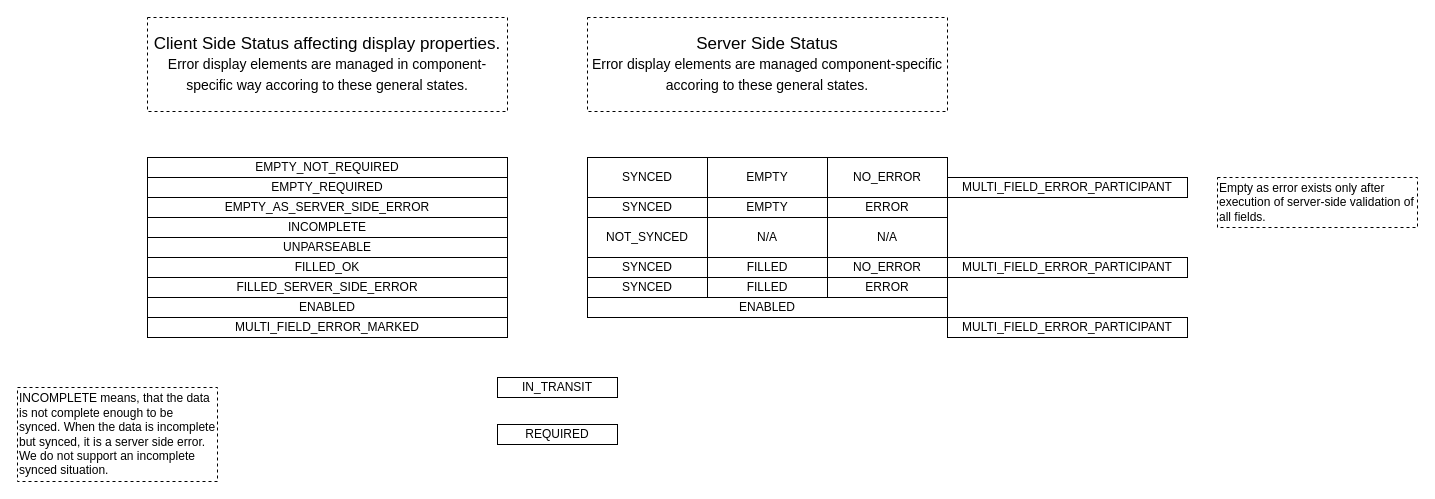
Above: docu/GuiElementStates.drawio in fzenner/kalinda (draw.io), before the change. Source tidied: cells renumbered, new cells numbered last; positions are measured from the earlier drawing's top-left corner, leaving out a move shared by most shapes. Both pictures are drawn from the tidied source at 100%, with x=0, y=0 at pixel (17, 17).
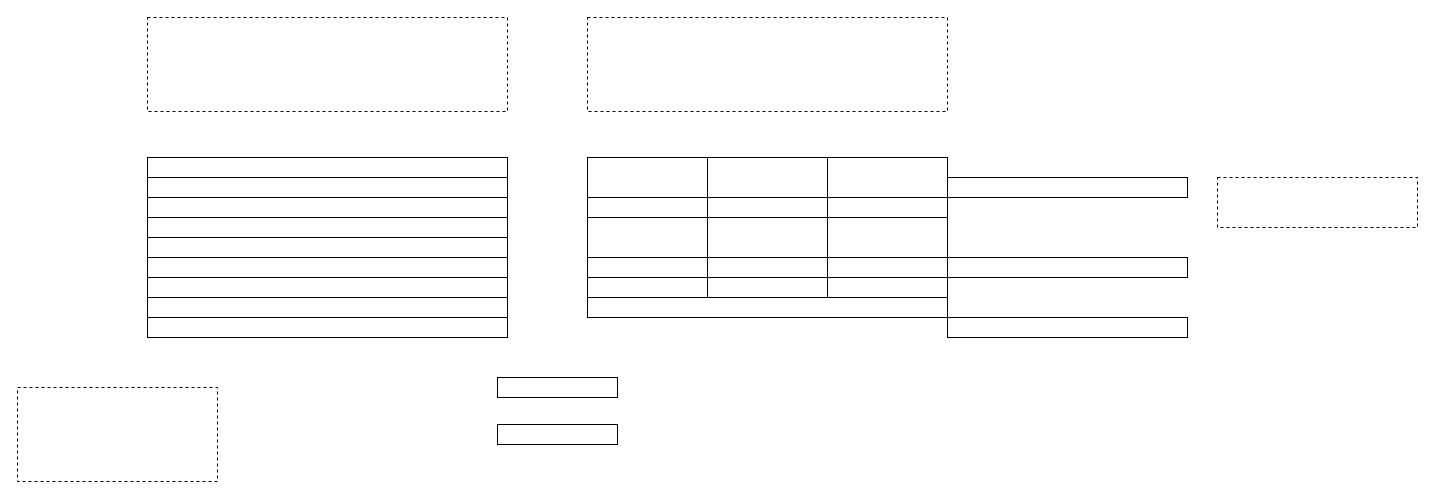
The same diagram, later.

The edit, as a diff of the source:
```diff
@@
-    <mxCell id="2" value="FILLED_OK" style="rounded=0;whiteSpace=wrap;html=1;" parent="1" vertex="1">
+    <mxCell id="2" style="rounded=0;whiteSpace=wrap;html=1;" parent="1" vertex="1">
       <mxGeometry x="130" y="240" width="360" height="20" as="geometry" />
     </mxCell>
-    <mxCell id="3" value="SYNCED" style="rounded=0;whiteSpace=wrap;html=1;" parent="1" vertex="1">
+    <mxCell id="3" style="rounded=0;whiteSpace=wrap;html=1;" parent="1" vertex="1">
       <mxGeometry x="570" y="180" width="120" height="20" as="geometry" />
     </mxCell>
-    <mxCell id="4" value="INCOMPLETE" style="rounded=0;whiteSpace=wrap;html=1;" parent="1" vertex="1">
+    <mxCell id="4" style="rounded=0;whiteSpace=wrap;html=1;" parent="1" vertex="1">
       <mxGeometry x="130" y="200" width="360" height="20" as="geometry" />
     </mxCell>
-    <mxCell id="5" value="EMPTY" style="rounded=0;whiteSpace=wrap;html=1;" parent="1" vertex="1">
+    <mxCell id="5" style="rounded=0;whiteSpace=wrap;html=1;" parent="1" vertex="1">
       <mxGeometry x="690" y="140" width="120" height="40" as="geometry" />
     </mxCell>
-    <mxCell id="6" value="NOT_SYNCED" style="rounded=0;whiteSpace=wrap;html=1;" parent="1" vertex="1">
+    <mxCell id="6" style="rounded=0;whiteSpace=wrap;html=1;" parent="1" vertex="1">
       <mxGeometry x="570" y="200" width="120" height="40" as="geometry" />
     </mxCell>
-    <mxCell id="7" value="&lt;div&gt;INCOMPLETE means, that the data is not complete enough to be synced. When the data is incomplete but synced, it is a server side error. We do not support an incomplete synced situation.&lt;/div&gt;" style="rounded=0;whiteSpace=wrap;html=1;dashed=1;align=left;" parent="1" vertex="1">
+    <mxCell id="7" style="rounded=0;whiteSpace=wrap;html=1;dashed=1;align=left;" parent="1" vertex="1">
       <mxGeometry y="370" width="200" height="94" as="geometry" />
     </mxCell>
-    <mxCell id="8" value="UNPARSEABLE" style="rounded=0;whiteSpace=wrap;html=1;" parent="1" vertex="1">
+    <mxCell id="8" style="rounded=0;whiteSpace=wrap;html=1;" parent="1" vertex="1">
       <mxGeometry x="130" y="220" width="360" height="20" as="geometry" />
     </mxCell>
-    <mxCell id="9" value="FILLED_SERVER_SIDE_ERROR" style="rounded=0;whiteSpace=wrap;html=1;" parent="1" vertex="1">
+    <mxCell id="9" style="rounded=0;whiteSpace=wrap;html=1;" parent="1" vertex="1">
       <mxGeometry x="130" y="260" width="360" height="20" as="geometry" />
     </mxCell>
-    <mxCell id="10" value="SYNCED" style="rounded=0;whiteSpace=wrap;html=1;" parent="1" vertex="1">
+    <mxCell id="10" style="rounded=0;whiteSpace=wrap;html=1;" parent="1" vertex="1">
       <mxGeometry x="570" y="240" width="120" height="20" as="geometry" />
     </mxCell>
-    <mxCell id="11" value="SYNCED" style="rounded=0;whiteSpace=wrap;html=1;" parent="1" vertex="1">
+    <mxCell id="11" style="rounded=0;whiteSpace=wrap;html=1;" parent="1" vertex="1">
       <mxGeometry x="570" y="260" width="120" height="20" as="geometry" />
     </mxCell>
-    <mxCell id="12" value="EMPTY_NOT_REQUIRED" style="rounded=0;whiteSpace=wrap;html=1;" parent="1" vertex="1">
+    <mxCell id="12" style="rounded=0;whiteSpace=wrap;html=1;" parent="1" vertex="1">
       <mxGeometry x="130" y="140" width="360" height="20" as="geometry" />
     </mxCell>
-    <mxCell id="13" value="EMPTY_AS_SERVER_SIDE_ERROR" style="rounded=0;whiteSpace=wrap;html=1;" parent="1" vertex="1">
+    <mxCell id="13" style="rounded=0;whiteSpace=wrap;html=1;" parent="1" vertex="1">
       <mxGeometry x="130" y="180" width="360" height="20" as="geometry" />
     </mxCell>
-    <mxCell id="14" value="SYNCED" style="rounded=0;whiteSpace=wrap;html=1;" parent="1" vertex="1">
+    <mxCell id="14" style="rounded=0;whiteSpace=wrap;html=1;" parent="1" vertex="1">
       <mxGeometry x="570" y="140" width="120" height="40" as="geometry" />
     </mxCell>
-    <mxCell id="15" value="EMPTY" style="rounded=0;whiteSpace=wrap;html=1;" parent="1" vertex="1">
+    <mxCell id="15" style="rounded=0;whiteSpace=wrap;html=1;" parent="1" vertex="1">
       <mxGeometry x="690" y="180" width="120" height="20" as="geometry" />
     </mxCell>
-    <mxCell id="16" value="NO_ERROR" style="rounded=0;whiteSpace=wrap;html=1;" parent="1" vertex="1">
+    <mxCell id="16" style="rounded=0;whiteSpace=wrap;html=1;" parent="1" vertex="1">
       <mxGeometry x="810" y="140" width="120" height="40" as="geometry" />
     </mxCell>
-    <mxCell id="17" value="ERROR" style="rounded=0;whiteSpace=wrap;html=1;" parent="1" vertex="1">
+    <mxCell id="17" style="rounded=0;whiteSpace=wrap;html=1;" parent="1" vertex="1">
       <mxGeometry x="810" y="180" width="120" height="20" as="geometry" />
     </mxCell>
-    <mxCell id="18" value="NO_ERROR" style="rounded=0;whiteSpace=wrap;html=1;" parent="1" vertex="1">
+    <mxCell id="18" style="rounded=0;whiteSpace=wrap;html=1;" parent="1" vertex="1">
       <mxGeometry x="810" y="240" width="120" height="20" as="geometry" />
     </mxCell>
-    <mxCell id="19" value="ERROR" style="rounded=0;whiteSpace=wrap;html=1;" parent="1" vertex="1">
+    <mxCell id="19" style="rounded=0;whiteSpace=wrap;html=1;" parent="1" vertex="1">
       <mxGeometry x="810" y="260" width="120" height="20" as="geometry" />
     </mxCell>
-    <mxCell id="20" value="EMPTY_REQUIRED" style="rounded=0;whiteSpace=wrap;html=1;" parent="1" vertex="1">
+    <mxCell id="20" style="rounded=0;whiteSpace=wrap;html=1;" parent="1" vertex="1">
       <mxGeometry x="130" y="160" width="360" height="20" as="geometry" />
     </mxCell>
-    <mxCell id="21" value="N/A" style="rounded=0;whiteSpace=wrap;html=1;" parent="1" vertex="1">
+    <mxCell id="21" style="rounded=0;whiteSpace=wrap;html=1;" parent="1" vertex="1">
       <mxGeometry x="690" y="200" width="120" height="40" as="geometry" />
     </mxCell>
-    <mxCell id="22" value="N/A" style="rounded=0;whiteSpace=wrap;html=1;" parent="1" vertex="1">
+    <mxCell id="22" style="rounded=0;whiteSpace=wrap;html=1;" parent="1" vertex="1">
       <mxGeometry x="810" y="200" width="120" height="40" as="geometry" />
     </mxCell>
-    <mxCell id="23" value="FILLED" style="rounded=0;whiteSpace=wrap;html=1;" parent="1" vertex="1">
+    <mxCell id="23" style="rounded=0;whiteSpace=wrap;html=1;" parent="1" vertex="1">
       <mxGeometry x="690" y="240" width="120" height="20" as="geometry" />
     </mxCell>
-    <mxCell id="24" value="FILLED" style="rounded=0;whiteSpace=wrap;html=1;" parent="1" vertex="1">
+    <mxCell id="24" style="rounded=0;whiteSpace=wrap;html=1;" parent="1" vertex="1">
       <mxGeometry x="690" y="260" width="120" height="20" as="geometry" />
     </mxCell>
-    <mxCell id="25" value="ENABLED" style="rounded=0;whiteSpace=wrap;html=1;" parent="1" vertex="1">
+    <mxCell id="25" style="rounded=0;whiteSpace=wrap;html=1;" parent="1" vertex="1">
       <mxGeometry x="130" y="280" width="360" height="20" as="geometry" />
     </mxCell>
-    <mxCell id="26" value="ENABLED" style="rounded=0;whiteSpace=wrap;html=1;" parent="1" vertex="1">
+    <mxCell id="26" style="rounded=0;whiteSpace=wrap;html=1;" parent="1" vertex="1">
       <mxGeometry x="570" y="280" width="360" height="20" as="geometry" />
     </mxCell>
-    <mxCell id="27" value="MULTI_FIELD_ERROR_MARKED" style="rounded=0;whiteSpace=wrap;html=1;" parent="1" vertex="1">
+    <mxCell id="27" style="rounded=0;whiteSpace=wrap;html=1;" parent="1" vertex="1">
       <mxGeometry x="130" y="300" width="360" height="20" as="geometry" />
     </mxCell>
-    <mxCell id="28" value="&lt;div&gt;Empty as error exists only after execution of server-side validation of all fields.&lt;/div&gt;" style="rounded=0;whiteSpace=wrap;html=1;dashed=1;align=left;" parent="1" vertex="1">
+    <mxCell id="28" style="rounded=0;whiteSpace=wrap;html=1;dashed=1;align=left;" parent="1" vertex="1">
       <mxGeometry x="1200" y="160" width="200" height="50" as="geometry" />
     </mxCell>
-    <mxCell id="29" value="MULTI_FIELD_ERROR_PARTICIPANT" style="rounded=0;whiteSpace=wrap;html=1;" parent="1" vertex="1">
+    <mxCell id="29" style="rounded=0;whiteSpace=wrap;html=1;" parent="1" vertex="1">
       <mxGeometry x="930" y="300" width="240" height="20" as="geometry" />
     </mxCell>
-    <mxCell id="30" value="MULTI_FIELD_ERROR_PARTICIPANT" style="rounded=0;whiteSpace=wrap;html=1;" parent="1" vertex="1">
+    <mxCell id="30" style="rounded=0;whiteSpace=wrap;html=1;" parent="1" vertex="1">
       <mxGeometry x="930" y="160" width="240" height="20" as="geometry" />
     </mxCell>
-    <mxCell id="31" value="MULTI_FIELD_ERROR_PARTICIPANT" style="rounded=0;whiteSpace=wrap;html=1;" parent="1" vertex="1">
+    <mxCell id="31" style="rounded=0;whiteSpace=wrap;html=1;" parent="1" vertex="1">
       <mxGeometry x="930" y="240" width="240" height="20" as="geometry" />
     </mxCell>
-    <mxCell id="32" value="&lt;div style=&quot;font-size: 17px;&quot;&gt;Client Side Status affecting display properties.&lt;/div&gt;&lt;div style=&quot;&quot;&gt;&lt;font style=&quot;font-size: 14px;&quot;&gt;Error display elements are managed in component-specific way accoring to these general states.&lt;/font&gt;&lt;/div&gt;" style="rounded=0;whiteSpace=wrap;html=1;dashed=1;align=center;fontSize=17;" parent="1" vertex="1">
+    <mxCell id="32" style="rounded=0;whiteSpace=wrap;html=1;dashed=1;align=center;fontSize=17;" parent="1" vertex="1">
       <mxGeometry x="130" width="360" height="94" as="geometry" />
     </mxCell>
-    <mxCell id="33" value="&lt;div style=&quot;font-size: 17px;&quot;&gt;Server Side Status&lt;/div&gt;&lt;div style=&quot;&quot;&gt;&lt;font style=&quot;font-size: 14px;&quot;&gt;Error display elements are managed component-specific accoring to these general states.&lt;/font&gt;&lt;/div&gt;" style="rounded=0;whiteSpace=wrap;html=1;dashed=1;align=center;fontSize=17;" parent="1" vertex="1">
+    <mxCell id="33" style="rounded=0;whiteSpace=wrap;html=1;dashed=1;align=center;fontSize=17;" parent="1" vertex="1">
       <mxGeometry x="570" width="360" height="94" as="geometry" />
     </mxCell>
-    <mxCell id="34" value="IN_TRANSIT" style="rounded=0;whiteSpace=wrap;html=1;" parent="1" vertex="1">
+    <mxCell id="34" style="rounded=0;whiteSpace=wrap;html=1;" parent="1" vertex="1">
       <mxGeometry x="480" y="360" width="120" height="20" as="geometry" />
     </mxCell>
-    <mxCell id="35" value="REQUIRED" style="rounded=0;whiteSpace=wrap;html=1;" parent="1" vertex="1">
+    <mxCell id="35" style="rounded=0;whiteSpace=wrap;html=1;" parent="1" vertex="1">
       <mxGeometry x="480" y="407" width="120" height="20" as="geometry" />
     </mxCell>
```
